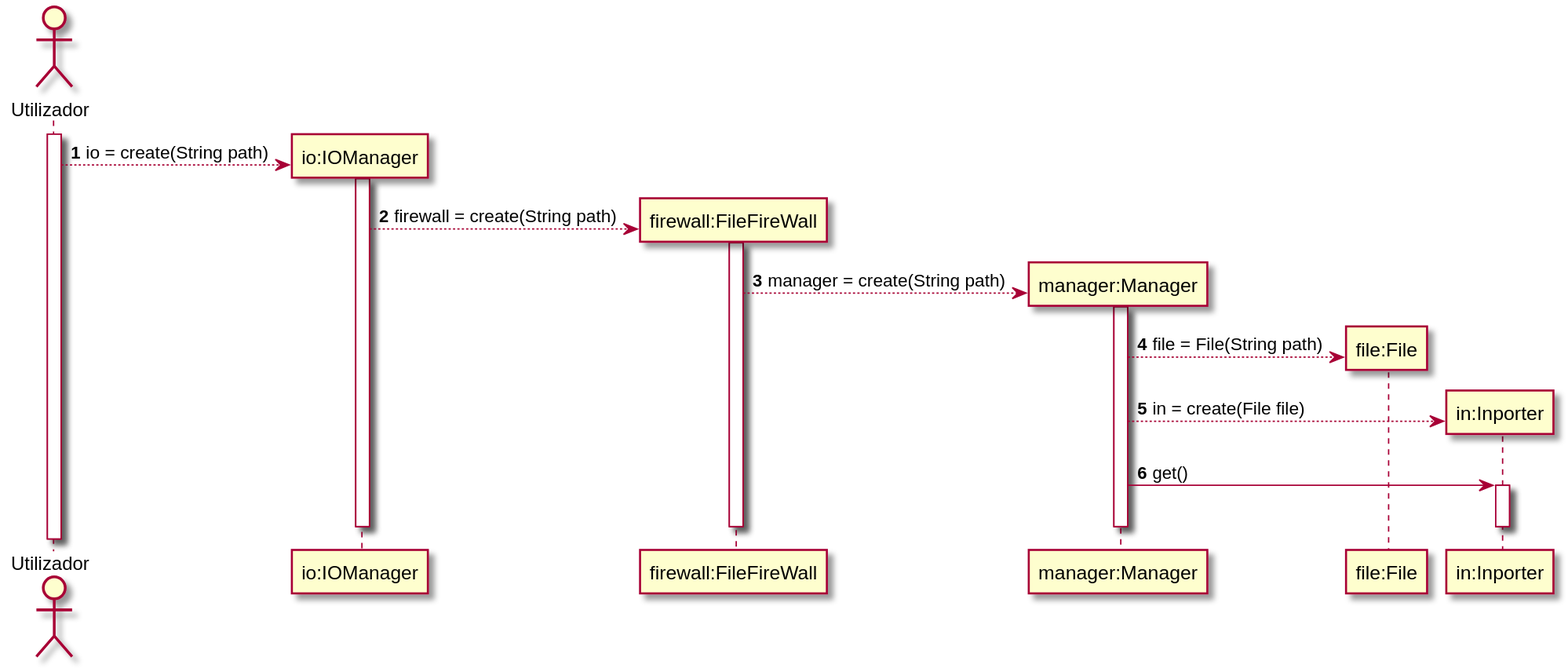
Before: docs/UC2_SD.svg, a diagram exported from PlantUML (Barbatos-Rex/IOLib).
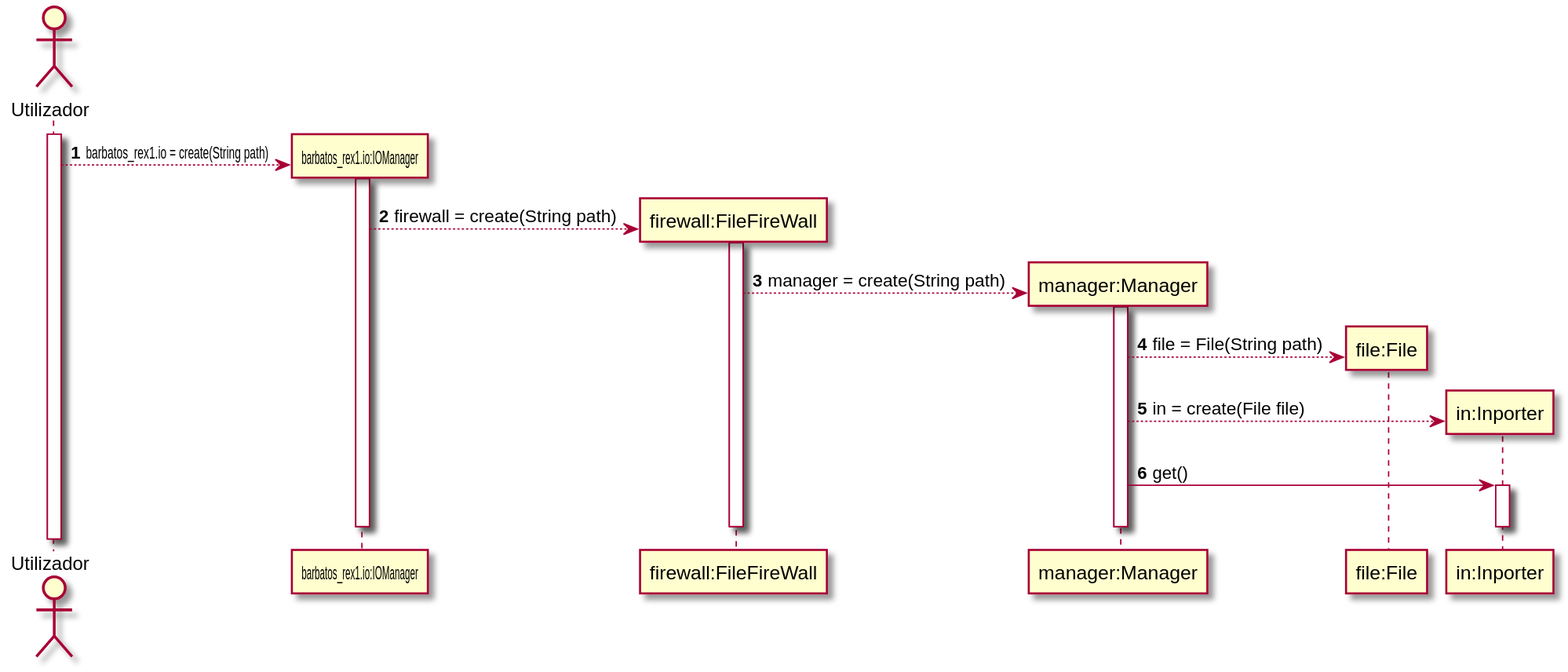
After the commit.

Change to the diagram source:
```diff
@@ -1,15 +1,15 @@
 @startuml
 actor Utilizador as u
-participant "io:IOManager" as io
+participant "barbatos_rex1.io:IOManager" as barbatos_rex1.io
 participant "firewall:FileFireWall" as firewall
 participant "manager:Manager" as manager
 participant "file:File" as file
 participant "in:Inporter" as in
 autonumber
 activate u
-u-->io** : io = create(String path)
-activate io
-io -->firewall** : firewall = create(String path)
+u-->barbatos_rex1.io** : barbatos_rex1.io = create(String path)
+activate barbatos_rex1.io
+barbatos_rex1.io -->firewall** : firewall = create(String path)
 activate firewall
 firewall -->manager** : manager = create(String path)
 activate manager
```
